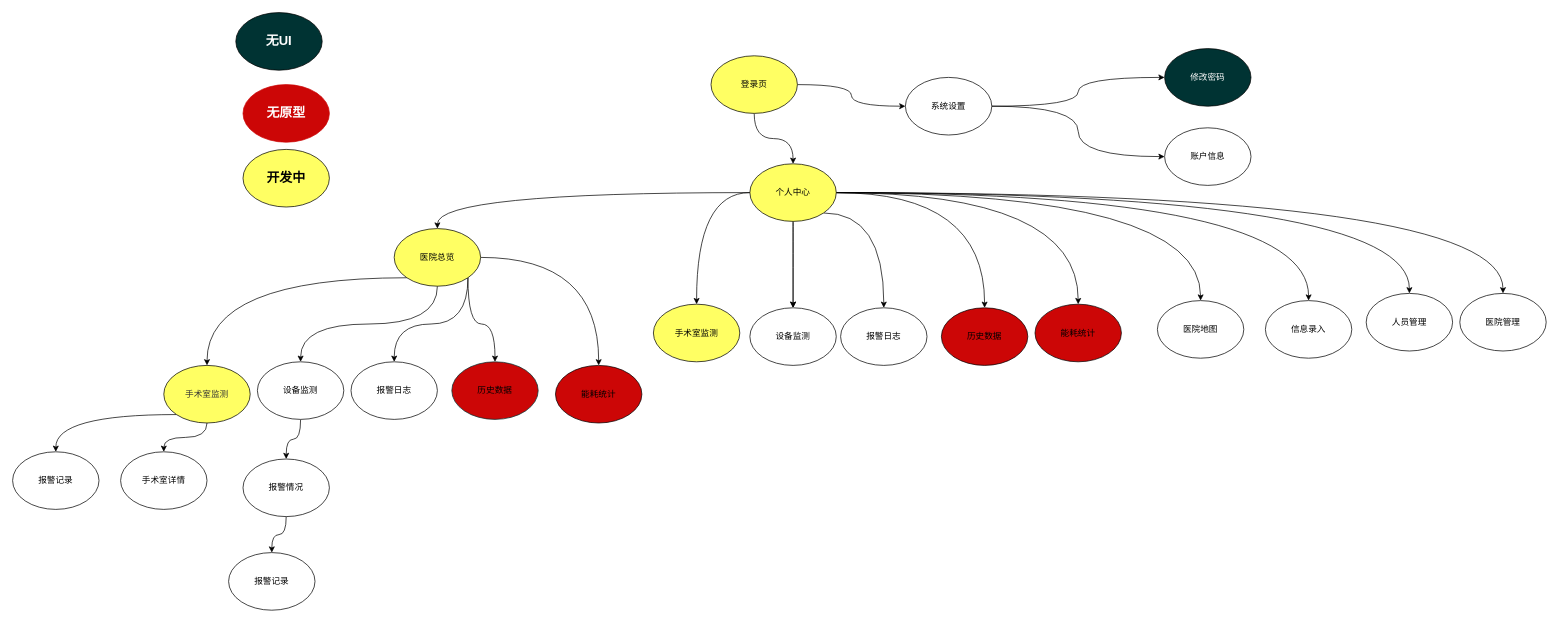
Above: 未命名绘图.drawio in linround/2022 (draw.io), before the change. Source tidied: cells renumbered, new cells numbered last; positions are measured from the earlier drawing's top-left corner, leaving out a move shared by most shapes. Both pictures are drawn from the tidied source at 72%, with x=0, y=0 at pixel (12, 12).
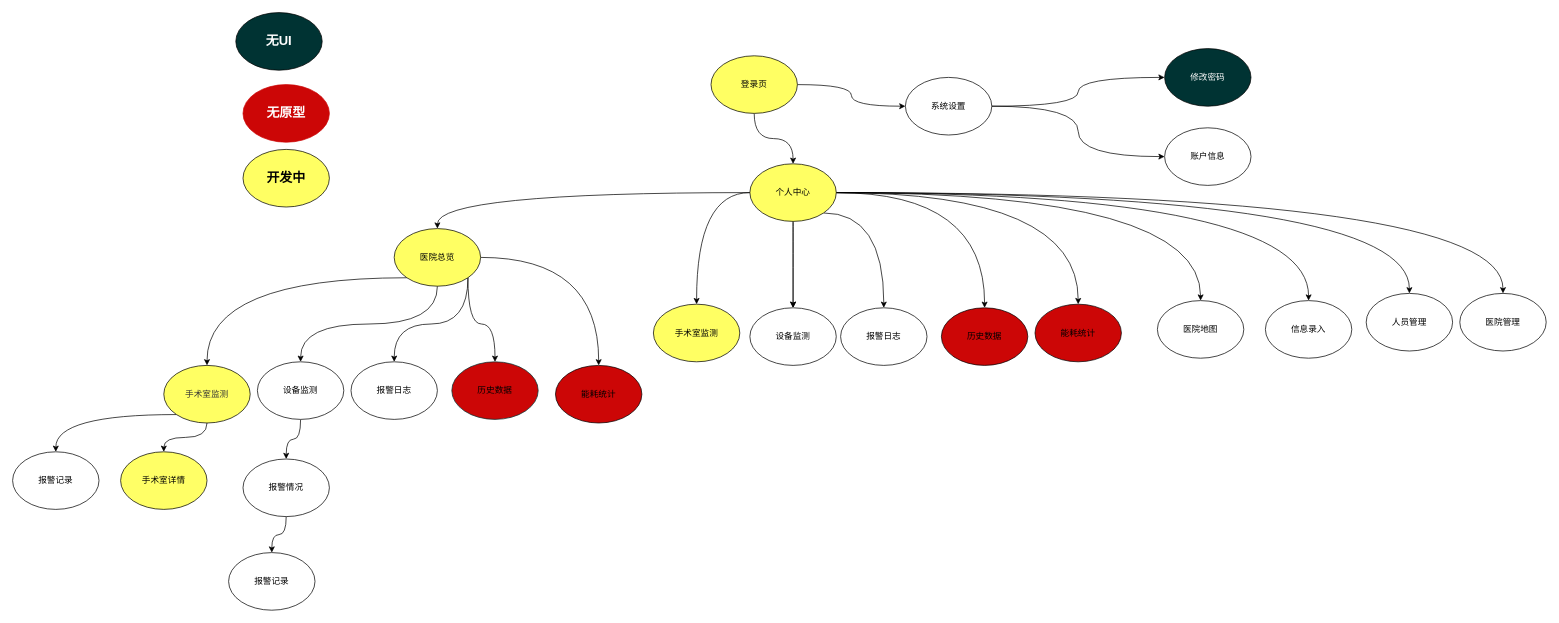
The same page after the edit.

Commit message:
更新未命名绘图.drawio

Diff of the diagram source:
```diff
@@
-    <mxCell id="52" value="手术室详情" style="ellipse;whiteSpace=wrap;html=1;" parent="1" vertex="1">
+    <mxCell id="52" value="手术室详情" style="ellipse;whiteSpace=wrap;html=1;fillColor=#FFFF66;" parent="1" vertex="1">
       <mxGeometry x="150" y="610" width="120" height="80" as="geometry" />
     </mxCell>
```
